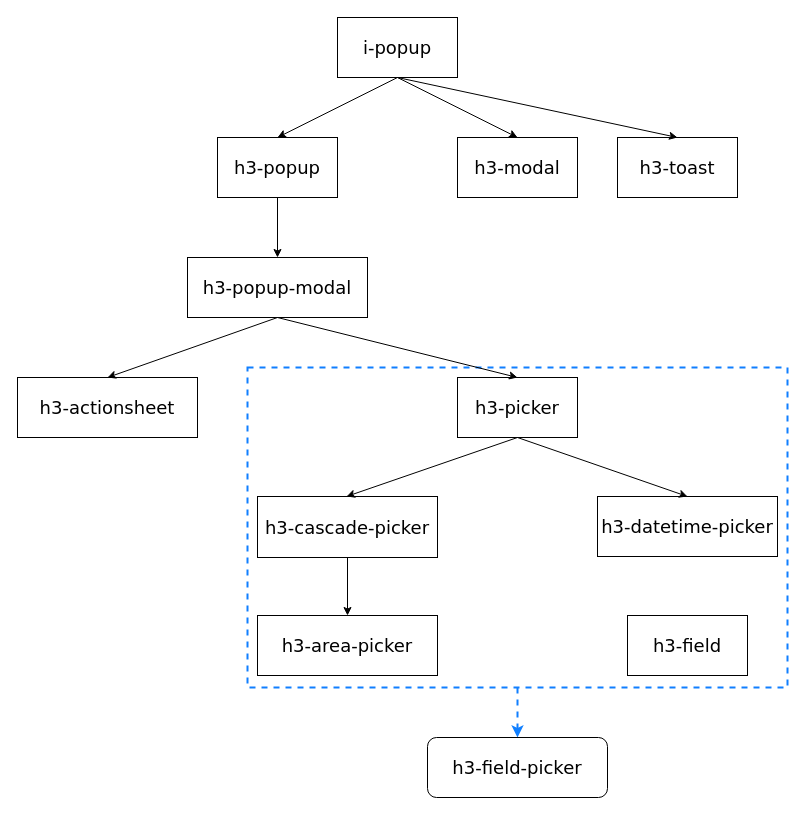
Before: popup.drawio in SCWR/draw-io, a draw.io diagram. Source tidied: cells renumbered, new cells numbered last; positions are measured from the earlier drawing's top-left corner, leaving out a move shared by most shapes. Both pictures are drawn from the tidied source at 100%, with x=0, y=0 at pixel (17, 17).
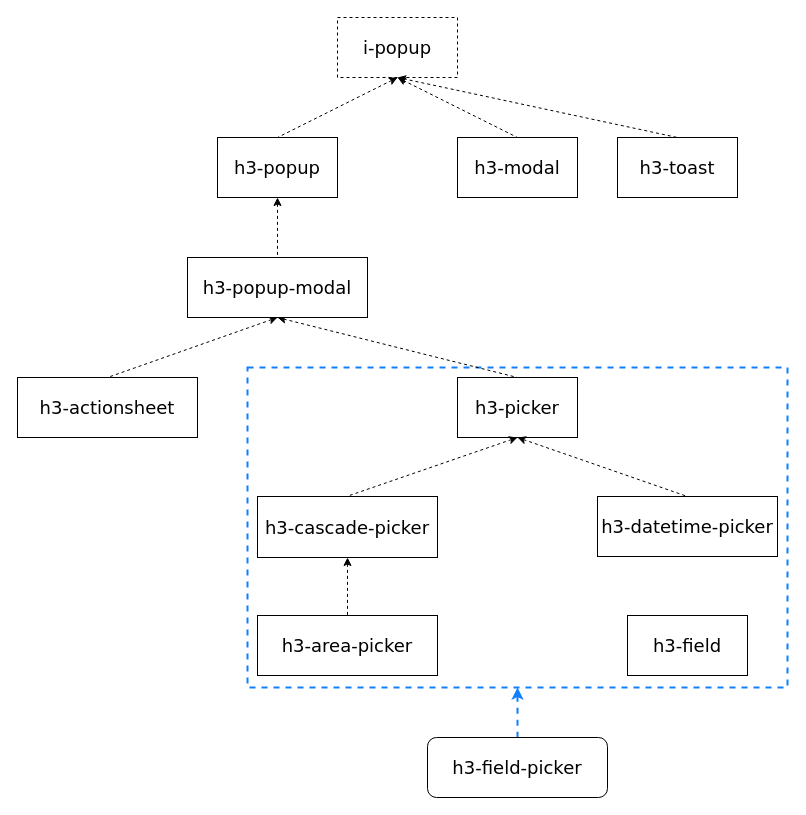
The same diagram, later.

The change refers to these unchanged cells:
```xml
<mxCell id="2" style="rounded=0;whiteSpace=wrap;html=1;glass=0;dashed=1;fillColor=none;strokeColor=#107fff;strokeWidth=2;" parent="1" vertex="1">
  <mxGeometry x="230" y="350" width="540" height="320" as="geometry" />
</mxCell>
<mxCell id="4" value="&lt;span style=&quot;font-family: &amp;#34;verdana&amp;#34; ; font-size: 18px&quot;&gt;h3-toast&lt;/span&gt;" style="rounded=0;whiteSpace=wrap;html=1;" parent="1" vertex="1">
  <mxGeometry x="600" y="120" width="120" height="60" as="geometry" />
</mxCell>
<mxCell id="5" value="&lt;font style=&quot;font-size: 18px&quot; face=&quot;Verdana&quot;&gt;h3-modal&lt;/font&gt;" style="rounded=0;whiteSpace=wrap;html=1;" parent="1" vertex="1">
  <mxGeometry x="440" y="120" width="120" height="60" as="geometry" />
</mxCell>
<mxCell id="6" value="&lt;font style=&quot;font-size: 18px&quot; face=&quot;Verdana&quot;&gt;h3-popup&lt;/font&gt;" style="rounded=0;whiteSpace=wrap;html=1;" parent="1" vertex="1">
  <mxGeometry x="200" y="120" width="120" height="60" as="geometry" />
</mxCell>
<mxCell id="10" value="&lt;span style=&quot;font-family: &amp;#34;verdana&amp;#34; ; font-size: 18px&quot;&gt;h3-picker&lt;/span&gt;" style="rounded=0;whiteSpace=wrap;html=1;" parent="1" vertex="1">
  <mxGeometry x="440" y="360" width="120" height="60" as="geometry" />
</mxCell>
<mxCell id="11" value="&lt;font face=&quot;Verdana&quot;&gt;&lt;span style=&quot;font-size: 18px&quot;&gt;h3-actionsheet&lt;/span&gt;&lt;/font&gt;" style="rounded=0;whiteSpace=wrap;html=1;" parent="1" vertex="1">
  <mxGeometry y="360" width="180" height="60" as="geometry" />
</mxCell>
<mxCell id="15" value="&lt;font style=&quot;font-size: 18px&quot; face=&quot;Verdana&quot;&gt;h3-popup-modal&lt;/font&gt;" style="rounded=0;whiteSpace=wrap;html=1;" parent="1" vertex="1">
  <mxGeometry x="170" y="240" width="180" height="60" as="geometry" />
</mxCell>
<mxCell id="17" value="&lt;font face=&quot;Verdana&quot;&gt;&lt;span style=&quot;font-size: 18px&quot;&gt;h3-cascade-picker&lt;/span&gt;&lt;/font&gt;" style="rounded=0;whiteSpace=wrap;html=1;" parent="1" vertex="1">
  <mxGeometry x="240" y="479" width="180" height="61" as="geometry" />
</mxCell>
<mxCell id="19" value="&lt;font face=&quot;Verdana&quot;&gt;&lt;span style=&quot;font-size: 18px&quot;&gt;h3-datetime-picker&lt;/span&gt;&lt;/font&gt;" style="rounded=0;whiteSpace=wrap;html=1;" parent="1" vertex="1">
  <mxGeometry x="580" y="479" width="180" height="60" as="geometry" />
</mxCell>
<mxCell id="21" value="&lt;font face=&quot;Verdana&quot;&gt;&lt;span style=&quot;font-size: 18px&quot;&gt;h3-area-picker&lt;/span&gt;&lt;/font&gt;" style="rounded=0;whiteSpace=wrap;html=1;" parent="1" vertex="1">
  <mxGeometry x="240" y="598" width="180" height="60" as="geometry" />
</mxCell>
```

Change to the diagram source:
```diff
@@
-    <mxCell id="3" value="&lt;font style=&quot;font-size: 18px&quot; face=&quot;Verdana&quot;&gt;i-popup&lt;/font&gt;" style="rounded=0;whiteSpace=wrap;html=1;" parent="1" vertex="1">
+    <mxCell id="3" value="&lt;font style=&quot;font-size: 18px&quot; face=&quot;Verdana&quot;&gt;i-popup&lt;/font&gt;" style="rounded=0;whiteSpace=wrap;html=1;dashed=1;" parent="1" vertex="1">
       <mxGeometry x="320" width="120" height="60" as="geometry" />
     </mxCell>
@@
-    <mxCell id="7" style="endArrow=classic;html=1;exitX=0.5;exitY=1;exitDx=0;exitDy=0;entryX=0.5;entryY=0;entryDx=0;entryDy=0;" parent="1" edge="1" source="3" target="6">
+    <mxCell id="7" style="endArrow=none;html=1;exitX=0.5;exitY=1;exitDx=0;exitDy=0;entryX=0.5;entryY=0;entryDx=0;entryDy=0;startArrow=classic;startFill=1;endFill=0;dashed=1;" parent="1" edge="1" source="3" target="6">
       <mxGeometry relative="1" as="geometry" />
     </mxCell>
-    <mxCell id="8" style="endArrow=classic;html=1;entryX=0.5;entryY=0;entryDx=0;entryDy=0;exitX=0.5;exitY=1;exitDx=0;exitDy=0;" parent="1" edge="1" source="3" target="5">
+    <mxCell id="8" style="endArrow=none;html=1;entryX=0.5;entryY=0;entryDx=0;entryDy=0;exitX=0.5;exitY=1;exitDx=0;exitDy=0;startArrow=classic;startFill=1;endFill=0;dashed=1;" parent="1" edge="1" source="3" target="5">
       <mxGeometry relative="1" as="geometry" />
     </mxCell>
-    <mxCell id="9" style="endArrow=classic;html=1;entryX=0.5;entryY=0;entryDx=0;entryDy=0;exitX=0.5;exitY=1;exitDx=0;exitDy=0;" parent="1" edge="1" source="3" target="4">
+    <mxCell id="9" style="endArrow=none;html=1;entryX=0.5;entryY=0;entryDx=0;entryDy=0;exitX=0.5;exitY=1;exitDx=0;exitDy=0;startArrow=classic;startFill=1;endFill=0;dashed=1;" parent="1" edge="1" source="3" target="4">
       <mxGeometry relative="1" as="geometry" />
     </mxCell>
@@
-    <mxCell id="12" style="endArrow=classic;html=1;exitX=0.5;exitY=1;exitDx=0;exitDy=0;entryX=0.5;entryY=0;entryDx=0;entryDy=0;" parent="1" edge="1" source="15" target="11">
+    <mxCell id="12" style="endArrow=none;html=1;exitX=0.5;exitY=1;exitDx=0;exitDy=0;entryX=0.5;entryY=0;entryDx=0;entryDy=0;startArrow=classic;startFill=1;endFill=0;dashed=1;" parent="1" edge="1" source="15" target="11">
       <mxGeometry relative="1" as="geometry" />
     </mxCell>
-    <mxCell id="13" style="endArrow=classic;html=1;entryX=0.5;entryY=0;entryDx=0;entryDy=0;exitX=0.5;exitY=1;exitDx=0;exitDy=0;" parent="1" edge="1" source="6" target="15">
+    <mxCell id="13" style="endArrow=none;html=1;entryX=0.5;entryY=0;entryDx=0;entryDy=0;exitX=0.5;exitY=1;exitDx=0;exitDy=0;startArrow=classic;startFill=1;endFill=0;dashed=1;" parent="1" edge="1" source="6" target="15">
       <mxGeometry relative="1" as="geometry" />
     </mxCell>
-    <mxCell id="14" style="endArrow=classic;html=1;entryX=0.5;entryY=0;entryDx=0;entryDy=0;exitX=0.5;exitY=1;exitDx=0;exitDy=0;" parent="1" edge="1" source="15" target="10">
+    <mxCell id="14" style="endArrow=none;html=1;entryX=0.5;entryY=0;entryDx=0;entryDy=0;exitX=0.5;exitY=1;exitDx=0;exitDy=0;startArrow=classic;startFill=1;endFill=0;dashed=1;" parent="1" edge="1" source="15" target="10">
       <mxGeometry relative="1" as="geometry" />
     </mxCell>
@@
-    <mxCell id="16" style="edgeStyle=orthogonalEdgeStyle;rounded=0;jettySize=auto;html=1;exitX=0.5;exitY=1;exitDx=0;exitDy=0;entryX=0.5;entryY=0;entryDx=0;entryDy=0;" parent="1" edge="1" source="17" target="21">
+    <mxCell id="16" style="edgeStyle=orthogonalEdgeStyle;rounded=0;jettySize=auto;html=1;exitX=0.5;exitY=1;exitDx=0;exitDy=0;entryX=0.5;entryY=0;entryDx=0;entryDy=0;startArrow=classic;startFill=1;endArrow=none;endFill=0;dashed=1;" parent="1" edge="1" source="17" target="21">
       <mxGeometry relative="1" as="geometry" />
     </mxCell>
@@
-    <mxCell id="18" style="endArrow=classic;html=1;entryX=0.5;entryY=0;entryDx=0;entryDy=0;exitX=0.5;exitY=1;exitDx=0;exitDy=0;" parent="1" edge="1" source="10">
+    <mxCell id="18" style="endArrow=none;html=1;entryX=0.5;entryY=0;entryDx=0;entryDy=0;exitX=0.5;exitY=1;exitDx=0;exitDy=0;startArrow=classic;startFill=1;endFill=0;dashed=1;" parent="1" edge="1" source="10">
       <mxGeometry relative="1" as="geometry">
         <mxPoint x="329" y="479" as="targetPoint" />
       </mxGeometry>
     </mxCell>
@@
-    <mxCell id="20" style="endArrow=classic;html=1;exitX=0.5;exitY=1;exitDx=0;exitDy=0;entryX=0.5;entryY=0;entryDx=0;entryDy=0;" parent="1" edge="1" source="10" target="19">
+    <mxCell id="20" style="endArrow=none;html=1;exitX=0.5;exitY=1;exitDx=0;exitDy=0;entryX=0.5;entryY=0;entryDx=0;entryDy=0;startArrow=classic;startFill=1;endFill=0;dashed=1;" parent="1" edge="1" source="10" target="19">
       <mxGeometry relative="1" as="geometry" />
     </mxCell>
@@
-    <mxCell id="23" style="endArrow=classic;html=1;strokeColor=#107FFF;strokeWidth=2;exitX=0.5;exitY=1;exitDx=0;exitDy=0;dashed=1;" parent="1" edge="1" source="2">
+    <mxCell id="23" style="endArrow=none;html=1;strokeColor=#107FFF;strokeWidth=2;exitX=0.5;exitY=1;exitDx=0;exitDy=0;dashed=1;endFill=0;startArrow=classic;startFill=1;" parent="1" edge="1" source="2">
       <mxGeometry relative="1" as="geometry">
         <mxPoint x="500" y="720" as="targetPoint" />
       </mxGeometry>
     </mxCell>
```
